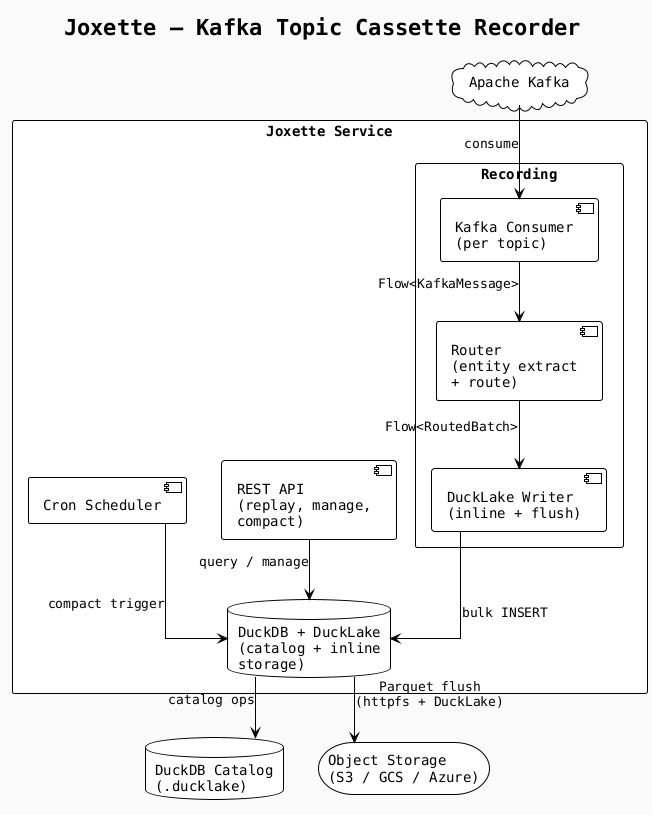
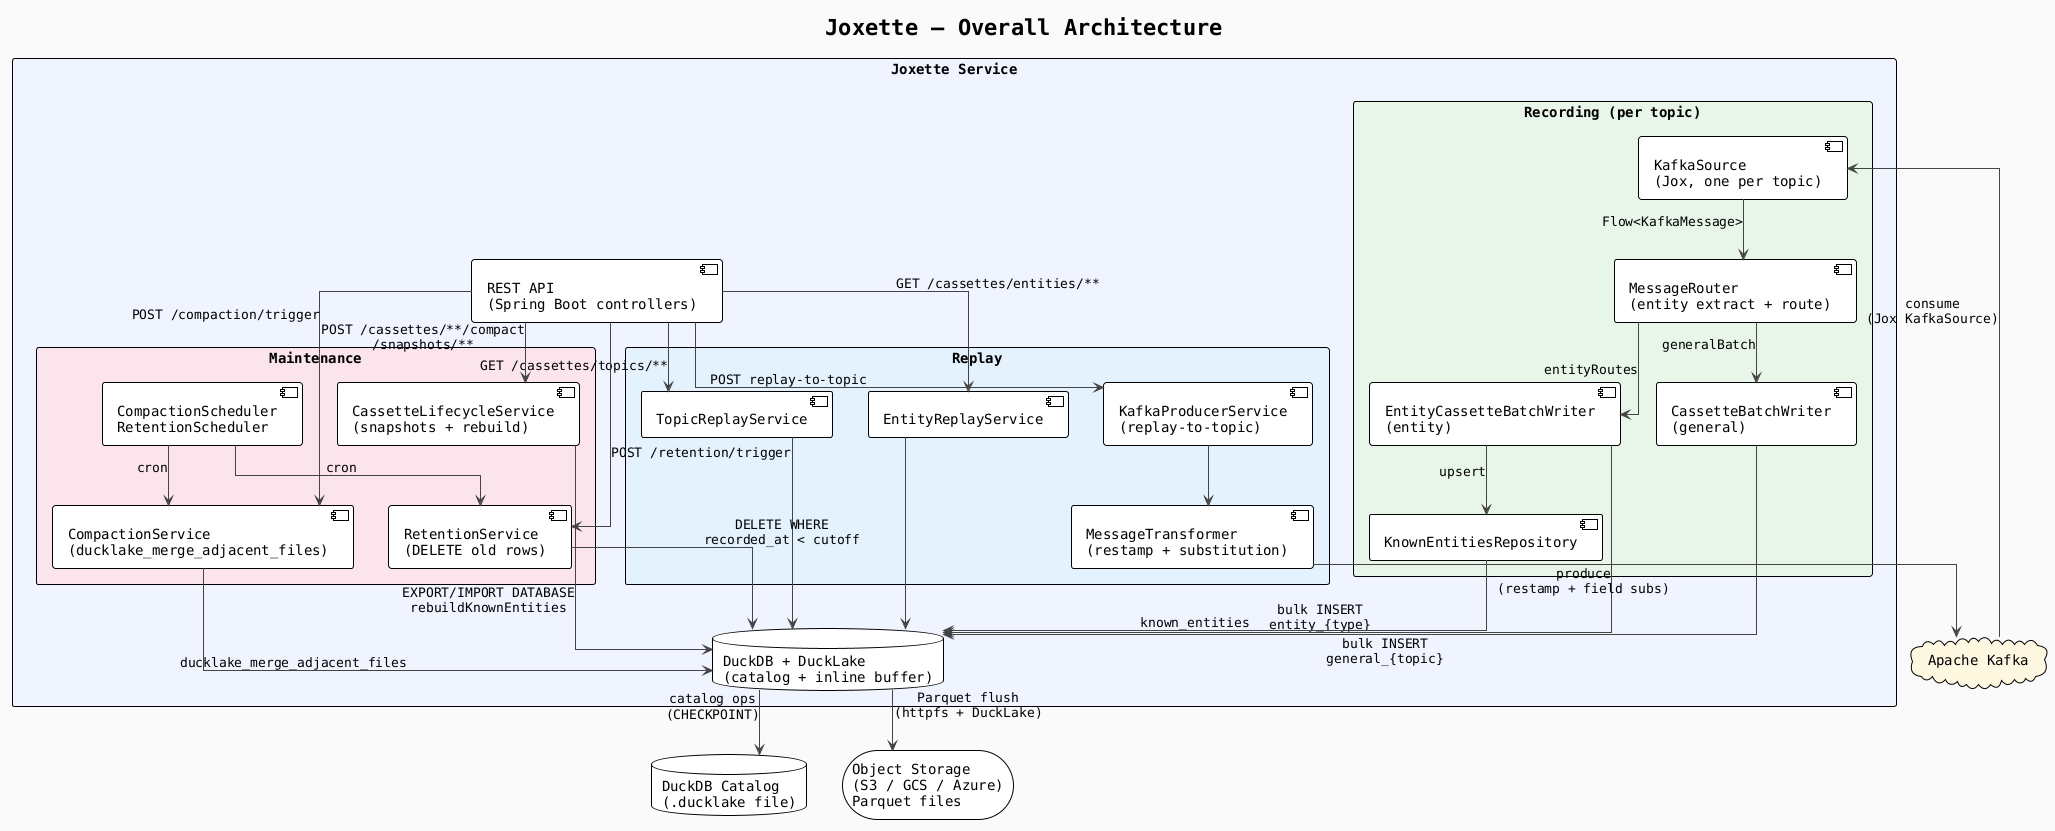
- @startuml Joxette Architecture
+ @startuml architecture
!theme plain
skinparam linetype ortho
skinparam backgroundColor #FAFAFA
skinparam defaultFontName monospaced
+ skinparam ArrowColor #444444

- title Joxette — Kafka Topic Cassette Recorder
+ title Joxette — Overall Architecture

- rectangle "Joxette Service" {
+ cloud "Apache Kafka" as kafka #fff8e1

-   rectangle "Recording" {
-     component [Kafka Consumer\n(per topic)] as consumer
-     component [Router\n(entity extract\n+ route)] as router
-     component [DuckLake Writer\n(inline + flush)] as writer
+ rectangle "Joxette Service" as joxette #f0f4ff {
+ 
+   rectangle "Recording (per topic)" as recording #e8f5e9 {
+     component [KafkaSource\n(Jox, one per topic)] as consumer
+     component [MessageRouter\n(entity extract + route)] as router
+     component [CassetteBatchWriter\n(general)] as generalWriter
+     component [EntityCassetteBatchWriter\n(entity)] as entityWriter
+     component [KnownEntitiesRepository] as knownEntities
  }

-   component [REST API\n(replay, manage,\ncompact)] as api
-   component [Cron Scheduler] as scheduler
+   rectangle "Replay" as replayBox #e3f2fd {
+     component [TopicReplayService] as topicReplay
+     component [EntityReplayService] as entityReplay
+     component [KafkaProducerService\n(replay-to-topic)] as producer
+     component [MessageTransformer\n(restamp + substitution)] as transformer
+   }

-   database "DuckDB + DuckLake\n(catalog + inline\nstorage)" as duckdb
+   rectangle "Maintenance" as maintenance #fce4ec {
+     component [CompactionService\n(ducklake_merge_adjacent_files)] as compaction
+     component [RetentionService\n(DELETE old rows)] as retention
+     component [CassetteLifecycleService\n(snapshots + rebuild)] as lifecycle
+     component [CompactionScheduler\nRetentionScheduler] as schedulers
+   }
+ 
+   component [REST API\n(Spring Boot controllers)] as api
+ 
+   database "DuckDB + DuckLake\n(catalog + inline buffer)" as duckdb
}

- cloud "Apache Kafka" as kafka
- database "DuckDB Catalog\n(.ducklake)" as catalog
- storage "Object Storage\n(S3 / GCS / Azure)" as s3
+ database "DuckDB Catalog\n(.ducklake file)" as catalog
+ storage "Object Storage\n(S3 / GCS / Azure)\nParquet files" as s3

- kafka    --> consumer   : consume
- consumer --> router     : Flow<KafkaMessage>
- router   --> writer     : Flow<RoutedBatch>
- writer   --> duckdb     : bulk INSERT
+ kafka         --> consumer      : consume\n(Jox KafkaSource)
+ consumer      --> router        : Flow<KafkaMessage>
+ router        --> generalWriter : generalBatch
+ router        --> entityWriter  : entityRoutes
+ generalWriter --> duckdb        : bulk INSERT\ngeneral_{topic}
+ entityWriter  --> duckdb        : bulk INSERT\nentity_{type}
+ entityWriter  --> knownEntities : upsert
+ knownEntities --> duckdb        : known_entities

- api      --> duckdb     : query / manage
- scheduler --> duckdb    : compact trigger
+ api --> topicReplay    : GET /cassettes/topics/**
+ api --> entityReplay   : GET /cassettes/entities/**
+ api --> producer       : POST replay-to-topic
+ api --> compaction     : POST /compaction/trigger
+ api --> lifecycle      : POST /cassettes/**/compact\n/snapshots/**
+ api --> retention      : POST /retention/trigger

- duckdb   --> catalog    : catalog ops
- duckdb   --> s3         : Parquet flush\n(httpfs + DuckLake)
+ topicReplay   --> duckdb
+ entityReplay  --> duckdb
+ producer      --> transformer
+ transformer   --> kafka : produce\n(restamp + field subs)
+ 
+ schedulers --> compaction : cron
+ schedulers --> retention  : cron
+ 
+ compaction --> duckdb : ducklake_merge_adjacent_files
+ retention  --> duckdb : DELETE WHERE\nrecorded_at < cutoff
+ lifecycle  --> duckdb : EXPORT/IMPORT DATABASE\nrebuildKnownEntities
+ 
+ duckdb --> catalog : catalog ops\n(CHECKPOINT)
+ duckdb --> s3      : Parquet flush\n(httpfs + DuckLake)

@enduml
